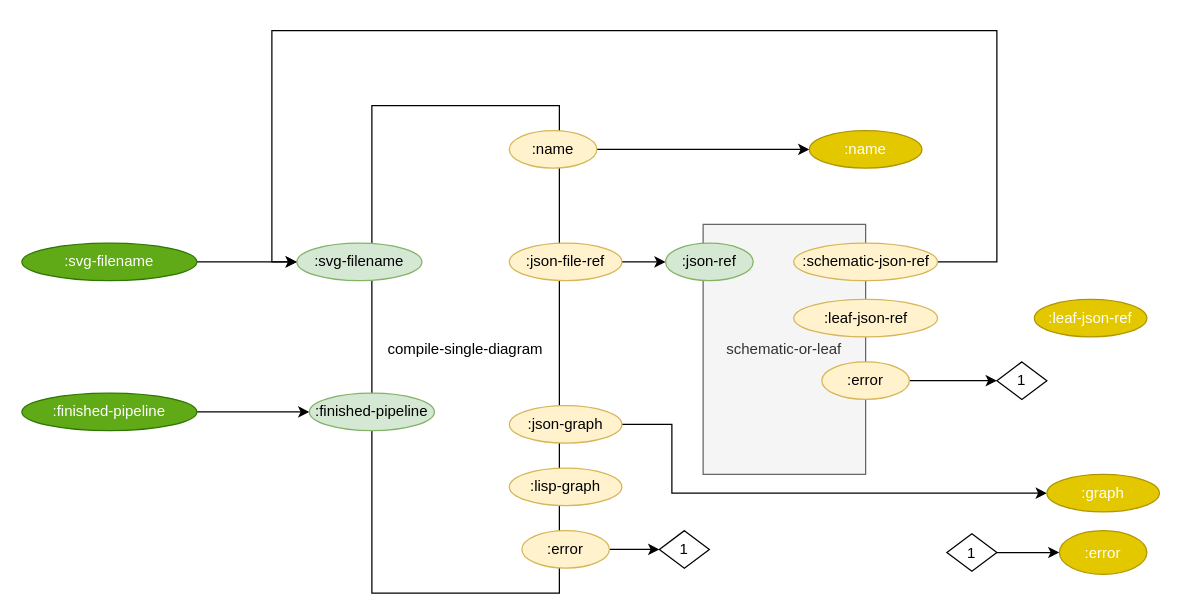
bmfbp/bmfbp keeps this draw.io diagram as page "0. build" (1 of 5) of build_process/cl-build/build.drawio. Above is the earlier version. Source tidied: cells renumbered, new cells numbered last; positions are measured from the earlier drawing's top-left corner, leaving out a move shared by most shapes. Both pictures are drawn from the tidied source at 125%, with x=0, y=0 at pixel (21, 30).
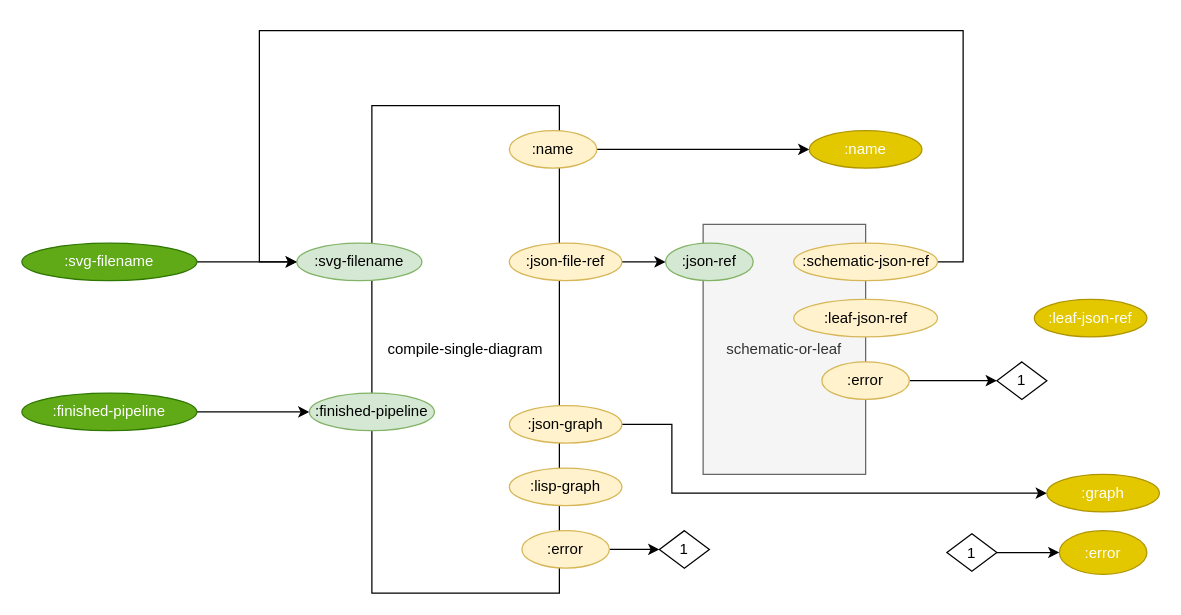
The same diagram, later.

Commit message (it also covers changes not shown here):
connect schematic-json-ref

The change refers to these unchanged cells:
```xml
<mxCell id="14" value=":svg-filename" style="ellipse;whiteSpace=wrap;html=1;fillColor=#d5e8d4;strokeColor=#82b366;" parent="1" vertex="1">
  <mxGeometry x="220" y="170" width="100" height="30" as="geometry" />
</mxCell>
<mxCell id="23" value=":schematic-json-ref" style="ellipse;whiteSpace=wrap;html=1;fillColor=#fff2cc;strokeColor=#d6b656;" parent="1" vertex="1">
  <mxGeometry x="617.5" y="170" width="115" height="30" as="geometry" />
</mxCell>
```

The edit, as a diff of the source:
```diff
@@
-    <mxCell id="22" style="edgeStyle=orthogonalEdgeStyle;rounded=0;jettySize=auto;html=1;exitX=1;exitY=0.5;exitDx=0;exitDy=0;entryX=0;entryY=0.5;entryDx=0;entryDy=0;" parent="1" edge="1" source="23" target="14">
-      <mxGeometry relative="1" as="geometry">
-        <Array as="points">
-          <mxPoint x="780" y="185" />
-          <mxPoint x="780" />
-          <mxPoint x="200" />
-          <mxPoint x="200" y="185" />
-        </Array>
-      </mxGeometry>
-    </mxCell>
+    <mxCell id="33" style="edgeStyle=orthogonalEdgeStyle;rounded=0;jettySize=auto;html=1;exitX=1;exitY=0.5;exitDx=0;exitDy=0;" parent="1" edge="1" source="23">
+      <mxGeometry relative="1" as="geometry">
+        <mxPoint x="220" y="185" as="targetPoint" />
+        <Array as="points">
+          <mxPoint x="753" y="185" />
+          <mxPoint x="753" />
+          <mxPoint x="190" />
+          <mxPoint x="190" y="185" />
+        </Array>
+      </mxGeometry>
+    </mxCell>
```
